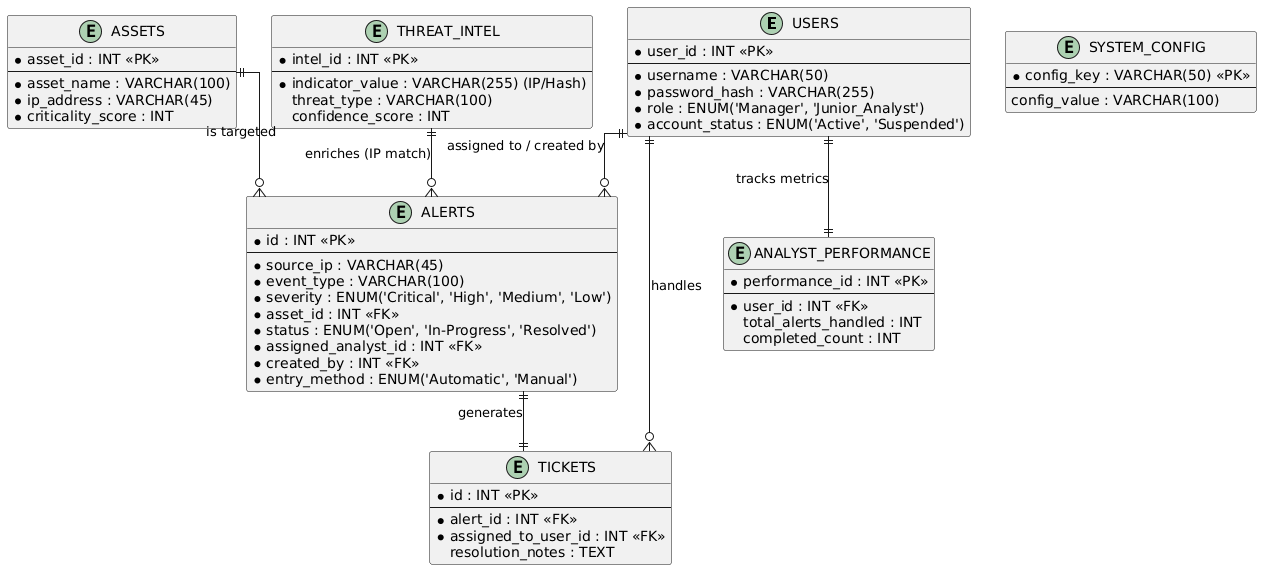
This is Sem 4 Docs/ER Diagram.png from ManasB-10/alert-triage-website, a PlantUML export, as it was before one commit.
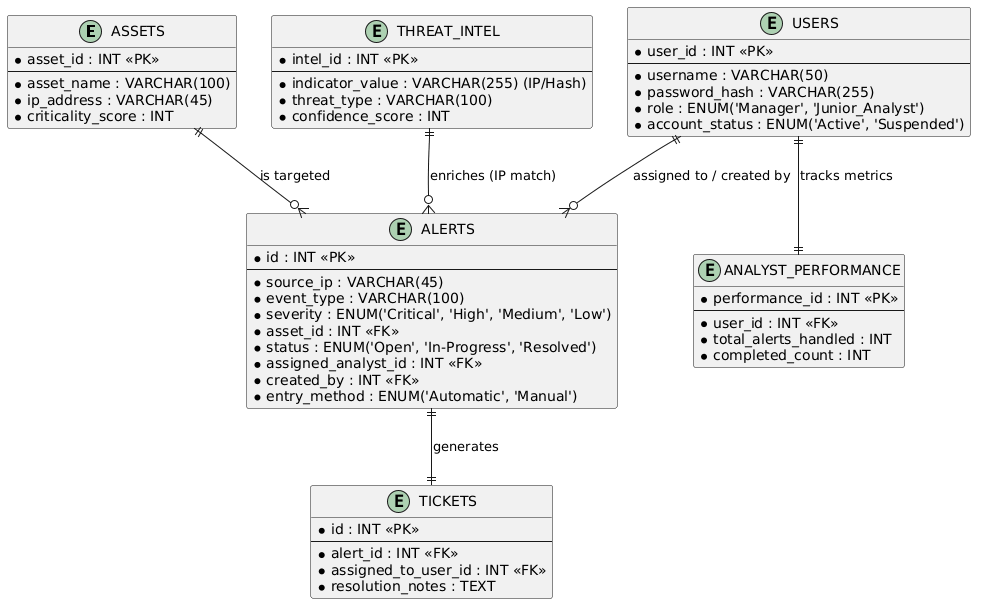
After the change.

Commit message:
Update project documentation, ER diagram, and alert components

What changed in the source:
```diff
@@ -1,72 +1,61 @@
 @startuml
-skinparam Linetype ortho
-skinparam PackageStyle rectangle
-
-entity "USERS" as users {
-  * user_id : INT <<PK>>
-  --
-  * username : VARCHAR(50)
-  * password_hash : VARCHAR(255)
-  * role : ENUM('Manager', 'Junior_Analyst')
-  * account_status : ENUM('Active', 'Suspended')
+entity "ASSETS" as assets {
+    * asset_id : INT <<PK>>
+    --
+    * asset_name : VARCHAR(100)
+    * ip_address : VARCHAR(45)
+    * criticality_score : INT
 }
 
-entity "ASSETS" as assets {
-  * asset_id : INT <<PK>>
-  --
-  * asset_name : VARCHAR(100)
-  * ip_address : VARCHAR(45)
-  * criticality_score : INT
+entity "THREAT_INTEL" as threat_intel {
+    * intel_id : INT <<PK>>
+    --
+    * indicator_value : VARCHAR(255) (IP/Hash)
+    * threat_type : VARCHAR(100)
+    * confidence_score : INT
 }
 
 entity "ALERTS" as alerts {
-  * id : INT <<PK>>
-  --
-  * source_ip : VARCHAR(45)
-  * event_type : VARCHAR(100)
-  * severity : ENUM('Critical', 'High', 'Medium', 'Low')
-  * asset_id : INT <<FK>>
-  * status : ENUM('Open', 'In-Progress', 'Resolved')
-  * assigned_analyst_id : INT <<FK>>
-  * created_by : INT <<FK>>
-  * entry_method : ENUM('Automatic', 'Manual')
+    * id : INT <<PK>>
+    --
+    * source_ip : VARCHAR(45)
+    * event_type : VARCHAR(100)
+    * severity : ENUM('Critical', 'High', 'Medium', 'Low')
+    * asset_id : INT <<FK>>
+    * status : ENUM('Open', 'In-Progress', 'Resolved')
+    * assigned_analyst_id : INT <<FK>>
+    * created_by : INT <<FK>>
+    * entry_method : ENUM('Automatic', 'Manual')
+}
+
+entity "USERS" as users {
+    * user_id : INT <<PK>>
+    --
+    * username : VARCHAR(50)
+    * password_hash : VARCHAR(255)
+    * role : ENUM('Manager', 'Junior_Analyst')
+    * account_status : ENUM('Active', 'Suspended')
+}
+
+entity "ANALYST_PERFORMANCE" as performance {
+    * performance_id : INT <<PK>>
+    --
+    * user_id : INT <<FK>>
+    * total_alerts_handled : INT
+    * completed_count : INT
 }
 
 entity "TICKETS" as tickets {
-  * id : INT <<PK>>
-  --
-  * alert_id : INT <<FK>>
-  * assigned_to_user_id : INT <<FK>>
-  resolution_notes : TEXT
+    * id : INT <<PK>>
+    --
+    * alert_id : INT <<FK>>
+    * assigned_to_user_id : INT <<FK>>
+    * resolution_notes : TEXT
 }
 
-entity "ANALYST_PERFORMANCE" as perf {
-  * performance_id : INT <<PK>>
-  --
-  * user_id : INT <<FK>>
-  total_alerts_handled : INT
-  completed_count : INT
-}
-
-entity "THREAT_INTEL" as intel {
-  * intel_id : INT <<PK>>
-  --
-  * indicator_value : VARCHAR(255) (IP/Hash)
-  threat_type : VARCHAR(100)
-  confidence_score : INT
-}
-
-entity "SYSTEM_CONFIG" as config {
-  * config_key : VARCHAR(50) <<PK>>
-  --
-  config_value : VARCHAR(100)
-}
-
+assets ||--o{ alerts : "is targeted"
+threat_intel ||--o{ alerts : "enriches (IP match)"
 users ||--o{ alerts : "assigned to / created by"
-assets ||--o{ alerts : "is targeted"
 alerts ||--|| tickets : "generates"
-users ||--o{ tickets : "handles"
-users ||--|| perf : "tracks metrics"
-intel ||--o{ alerts : "enriches (IP match)"
-
-@endum
+users ||--|| performance : "tracks metrics"
+@enduml
```
